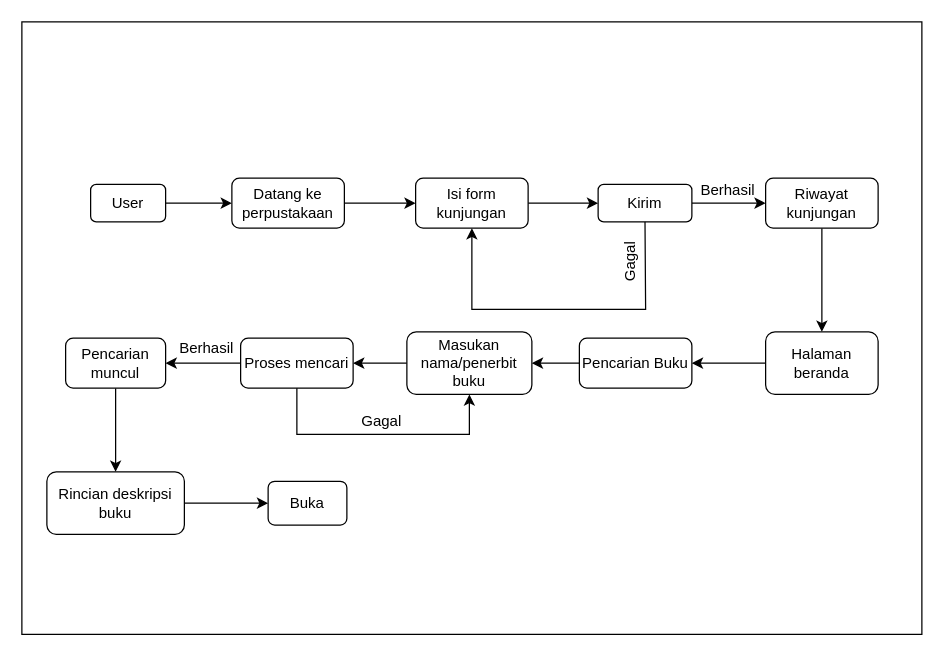
The draw.io diagram Alur-Perpustakaan_Digital.drawio in ZulpaAgustin/Perpus-Digital, before the edit. Source tidied: cells renumbered, new cells numbered last; positions are measured from the earlier drawing's top-left corner, leaving out a move shared by most shapes. Both pictures are drawn from the tidied source at 125%, with x=0, y=0 at pixel (21, 21).
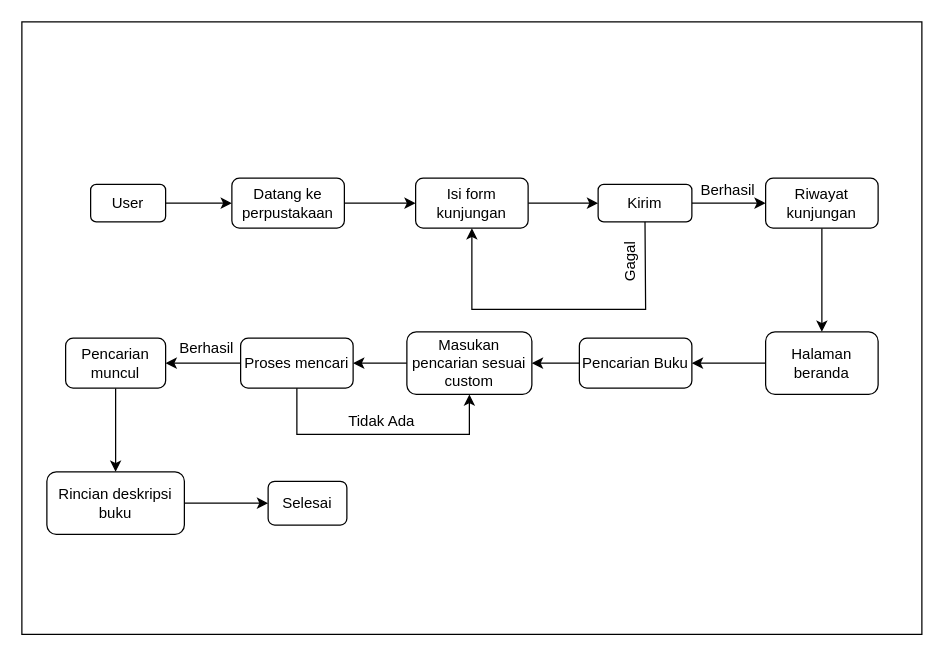
The same diagram, later.

The edit, as a diff of the source:
```diff
@@
-    <mxCell id="21" value="Masukan nama/penerbit buku" style="rounded=1;whiteSpace=wrap;html=1;" parent="1" vertex="1">
+    <mxCell id="21" value="Masukan pencarian sesuai custom" style="rounded=1;whiteSpace=wrap;html=1;" parent="1" vertex="1">
       <mxGeometry x="308" y="248" width="100" height="50" as="geometry" />
     </mxCell>
@@
-    <mxCell id="28" value="Gagal" style="text;html=1;strokeColor=none;fillColor=none;align=center;verticalAlign=middle;whiteSpace=wrap;rounded=0;rotation=0;" parent="1" vertex="1">
+    <mxCell id="28" value="Tidak Ada" style="text;html=1;strokeColor=none;fillColor=none;align=center;verticalAlign=middle;whiteSpace=wrap;rounded=0;rotation=0;" parent="1" vertex="1">
       <mxGeometry x="258" y="305" width="60" height="30" as="geometry" />
     </mxCell>
@@
-    <mxCell id="31" value="Buka" style="rounded=1;whiteSpace=wrap;html=1;" parent="1" vertex="1">
+    <mxCell id="31" value="Selesai" style="rounded=1;whiteSpace=wrap;html=1;" parent="1" vertex="1">
       <mxGeometry x="197" y="367.5" width="63" height="35" as="geometry" />
     </mxCell>
```
